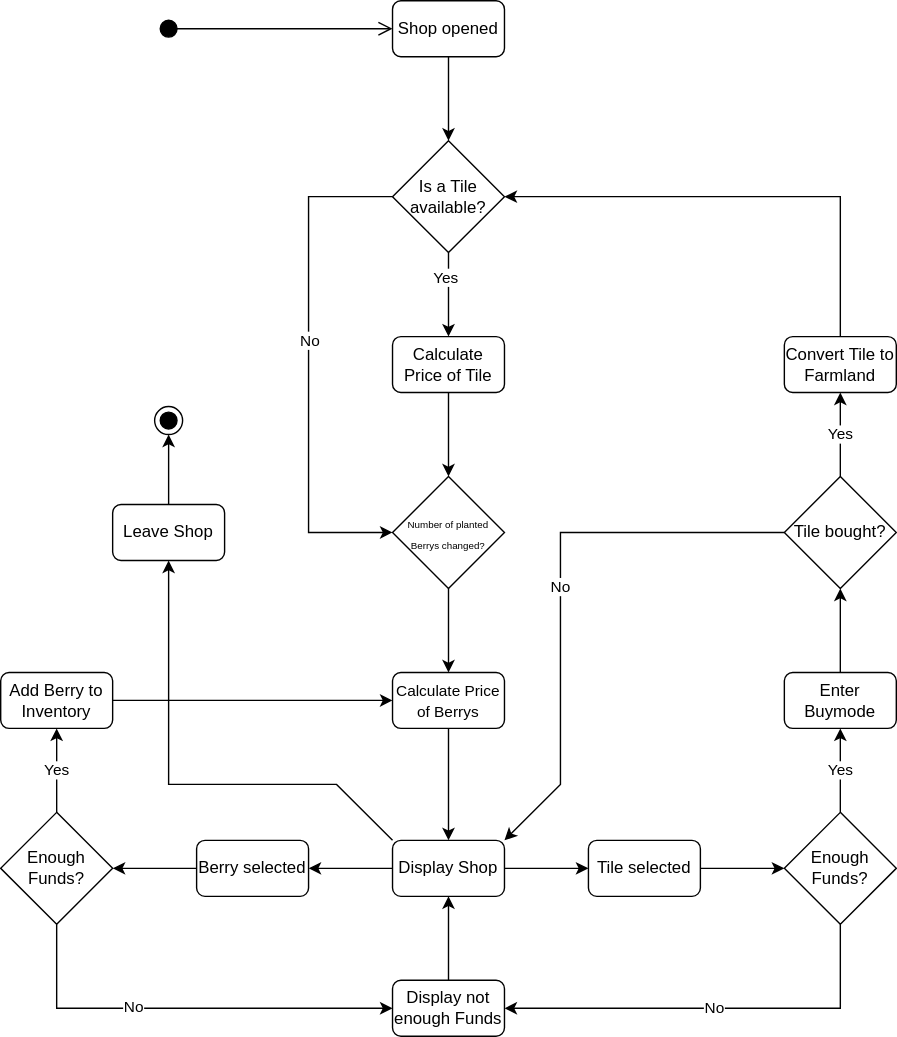
JakobKrug/DrawIO keeps this draw.io diagram as Shop.drawio.svg. Above is the earlier version. Source tidied: cells renumbered, new cells last; positions are measured from the earlier drawing's top-left corner, leaving out a move shared by most shapes.
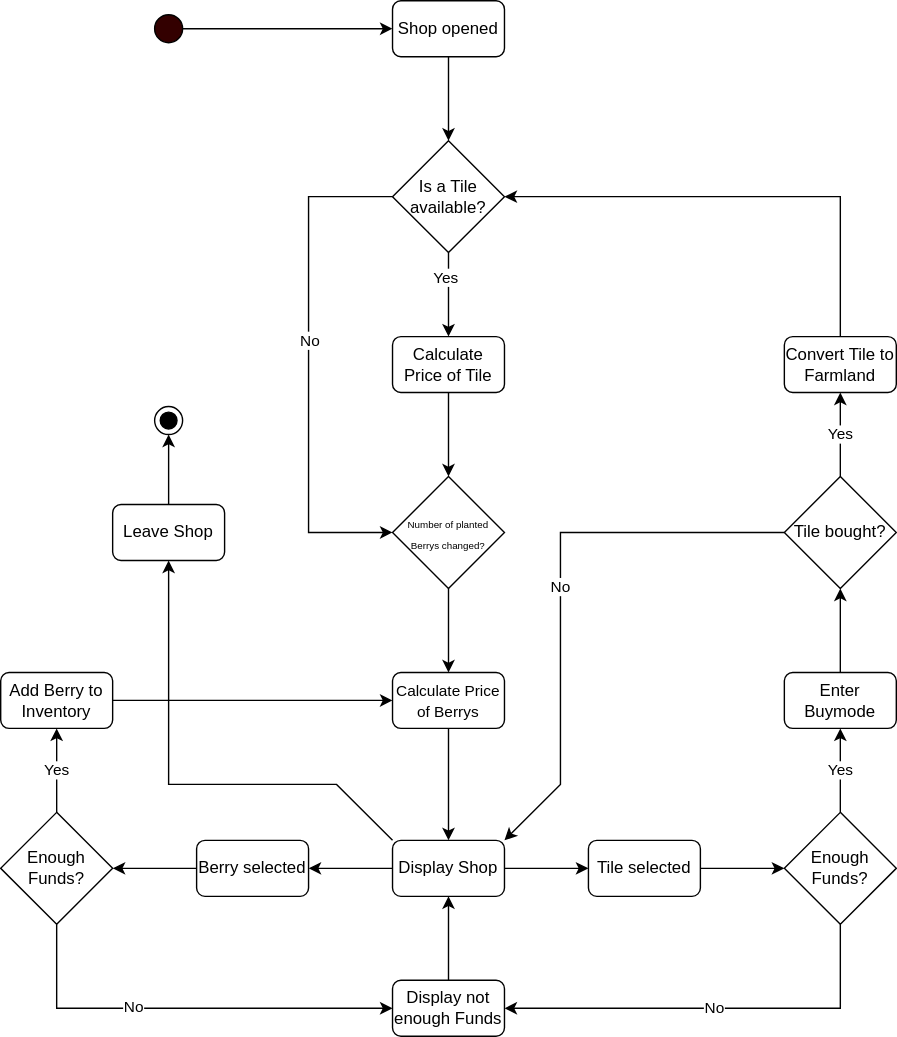
The same diagram one commit later.

Diff of the diagram source:
```diff
@@ -155,11 +155,11 @@
     <mxCell id="43" value="Leave Shop" style="rounded=1;whiteSpace=wrap;html=1;" parent="1" vertex="1">
       <mxGeometry x="80" y="360" width="80" height="40" as="geometry" />
     </mxCell>
-    <mxCell id="44" style="ellipse;html=1;shape=startState;fillColor=#000000;strokeColor=default;" parent="1" vertex="1">
-      <mxGeometry x="110" y="10" width="20" height="20" as="geometry" />
-    </mxCell>
-    <mxCell id="45" style="edgeStyle=orthogonalEdgeStyle;html=1;verticalAlign=bottom;endArrow=open;endSize=8;strokeColor=default;rounded=0;entryX=0;entryY=0.5;entryDx=0;entryDy=0;exitX=0.5;exitY=0.5;exitDx=0;exitDy=0;exitPerimeter=0;" parent="1" edge="1" source="44" target="2">
-      <mxGeometry relative="1" as="geometry" />
-    </mxCell>
+    <mxCell id="46" style="ellipse;whiteSpace=wrap;html=1;fillColor=#330000;" parent="1" vertex="1">
+      <mxGeometry x="110" y="10" width="20" height="20" as="geometry" />
+    </mxCell>
+    <mxCell id="47" style="endArrow=classic;html=1;rounded=0;exitX=1;exitY=0.5;exitDx=0;exitDy=0;entryX=0;entryY=0.5;entryDx=0;entryDy=0;" parent="1" edge="1" source="46" target="2">
+      <mxGeometry relative="1" as="geometry" />
+    </mxCell>
   </root>
 </mxGraphModel>
```
